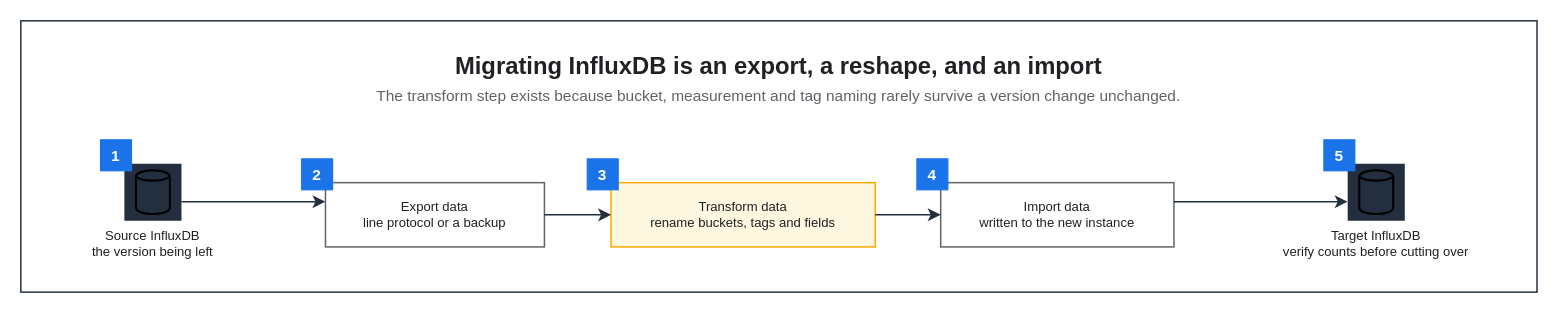
Before: assets/img/database/influxdb-migration-flow.drawio in KKamJi98/kkamji98.github.io, a draw.io diagram. Source tidied: cells renumbered, new cells numbered last; positions are measured from the earlier drawing's top-left corner, leaving out a move shared by most shapes. Both pictures are drawn from the tidied source at 119%, with x=0, y=0 at pixel (20, 20).
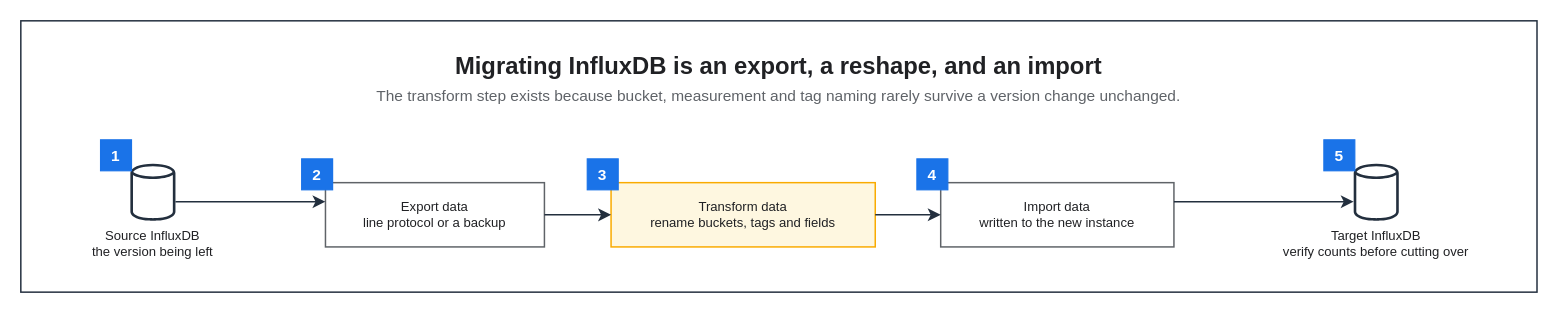
Above is the later version.

What changed in the source:
```diff
@@
 <mxGraphModel background="#FFFFFF">
   <root>
     <mxCell id="0" />
     <mxCell id="1" parent="0" />
     <mxCell id="2" style="rounded=0;html=0;fillColor=none;strokeColor=#232F3E;fontColor=#202124;strokeWidth=1.25;" parent="1" vertex="1">
       <mxGeometry width="1274.1" height="228" as="geometry" />
     </mxCell>
     <mxCell id="3" value="Migrating InfluxDB is an export, a reshape, and an import" style="text;html=0;whiteSpace=wrap;fillColor=none;strokeColor=none;fontColor=#202124;fontSize=20;fontStyle=1;align=center;verticalAlign=middle;" parent="1" vertex="1">
       <mxGeometry x="22" y="22" width="1230.1" height="30" as="geometry" />
     </mxCell>
     <mxCell id="4" value="The transform step exists because bucket, measurement and tag naming rarely survive a version change unchanged." style="text;html=0;whiteSpace=wrap;fillColor=none;strokeColor=none;fontColor=#5F6368;fontSize=13;fontStyle=0;align=center;verticalAlign=middle;" parent="1" vertex="1">
       <mxGeometry x="22" y="52" width="1230.1" height="22" as="geometry" />
     </mxCell>
-    <mxCell id="5" value="Source InfluxDB&#10;the version being left" style="sketch=0;outlineConnect=0;gradientColor=none;html=0;whiteSpace=nowrap;fontSize=11;fontStyle=0;fontColor=#202124;verticalLabelPosition=bottom;verticalAlign=top;align=center;labelBackgroundColor=none;fillColor=#232F3E;strokeColor=none;dashed=0;shape=mxgraph.aws4.resourceIcon;resIcon=mxgraph.aws4.generic_database;" parent="1" vertex="1">
+    <mxCell id="5" value="Source InfluxDB&#10;the version being left" style="sketch=0;outlineConnect=0;gradientColor=none;html=0;whiteSpace=nowrap;fontSize=11;fontStyle=0;fontColor=#202124;verticalLabelPosition=bottom;verticalAlign=top;align=center;labelBackgroundColor=none;fillColor=#232F3E;strokeColor=none;dashed=0;shape=mxgraph.aws4.generic_database;" parent="1" vertex="1">
       <mxGeometry x="87" y="120" width="48" height="48" as="geometry" />
     </mxCell>
     <mxCell id="6" value="Export data&#10;line protocol or a backup" style="rounded=0;whiteSpace=wrap;html=0;fillColor=#FFFFFF;strokeColor=#5F6368;fontColor=#202124;fontSize=11;fontStyle=0;align=center;verticalAlign=middle;spacingLeft=6;spacingRight=6;strokeWidth=1.25;" parent="1" vertex="1">
       <mxGeometry x="256" y="136" width="184" height="54" as="geometry" />
     </mxCell>
     <mxCell id="7" value="Transform data&#10;rename buckets, tags and fields" style="rounded=0;whiteSpace=wrap;html=0;fillColor=#FEF7E0;strokeColor=#F9AB00;fontColor=#202124;fontSize=11;fontStyle=0;align=center;verticalAlign=middle;spacingLeft=6;spacingRight=6;strokeWidth=1.25;" parent="1" vertex="1">
       <mxGeometry x="496" y="136" width="222" height="54" as="geometry" />
     </mxCell>
     <mxCell id="8" value="Import data&#10;written to the new instance" style="rounded=0;whiteSpace=wrap;html=0;fillColor=#FFFFFF;strokeColor=#5F6368;fontColor=#202124;fontSize=11;fontStyle=0;align=center;verticalAlign=middle;spacingLeft=6;spacingRight=6;strokeWidth=1.25;" parent="1" vertex="1">
       <mxGeometry x="773" y="136" width="196" height="54" as="geometry" />
     </mxCell>
-    <mxCell id="9" value="Target InfluxDB&#10;verify counts before cutting over" style="sketch=0;outlineConnect=0;gradientColor=none;html=0;whiteSpace=nowrap;fontSize=11;fontStyle=0;fontColor=#202124;verticalLabelPosition=bottom;verticalAlign=top;align=center;labelBackgroundColor=none;fillColor=#232F3E;strokeColor=none;dashed=0;shape=mxgraph.aws4.resourceIcon;resIcon=mxgraph.aws4.generic_database;" parent="1" vertex="1">
+    <mxCell id="9" value="Target InfluxDB&#10;verify counts before cutting over" style="sketch=0;outlineConnect=0;gradientColor=none;html=0;whiteSpace=nowrap;fontSize=11;fontStyle=0;fontColor=#202124;verticalLabelPosition=bottom;verticalAlign=top;align=center;labelBackgroundColor=none;fillColor=#232F3E;strokeColor=none;dashed=0;shape=mxgraph.aws4.generic_database;" parent="1" vertex="1">
       <mxGeometry x="1115" y="120" width="48" height="48" as="geometry" />
     </mxCell>
     <mxCell id="10" value="1" style="rounded=0;whiteSpace=wrap;html=0;fillColor=#1A73E8;strokeColor=#1A73E8;fontColor=#FFFFFF;fontSize=13;fontStyle=1;align=center;verticalAlign=middle;" parent="1" vertex="1">
       <mxGeometry x="67" y="100" width="26" height="26" as="geometry" />
     </mxCell>
     <mxCell id="11" value="2" style="rounded=0;whiteSpace=wrap;html=0;fillColor=#1A73E8;strokeColor=#1A73E8;fontColor=#FFFFFF;fontSize=13;fontStyle=1;align=center;verticalAlign=middle;" parent="1" vertex="1">
       <mxGeometry x="236" y="116" width="26" height="26" as="geometry" />
     </mxCell>
     <mxCell id="12" value="3" style="rounded=0;whiteSpace=wrap;html=0;fillColor=#1A73E8;strokeColor=#1A73E8;fontColor=#FFFFFF;fontSize=13;fontStyle=1;align=center;verticalAlign=middle;" parent="1" vertex="1">
       <mxGeometry x="476" y="116" width="26" height="26" as="geometry" />
     </mxCell>
     <mxCell id="13" value="4" style="rounded=0;whiteSpace=wrap;html=0;fillColor=#1A73E8;strokeColor=#1A73E8;fontColor=#FFFFFF;fontSize=13;fontStyle=1;align=center;verticalAlign=middle;" parent="1" vertex="1">
       <mxGeometry x="753" y="116" width="26" height="26" as="geometry" />
     </mxCell>
     <mxCell id="14" value="5" style="rounded=0;whiteSpace=wrap;html=0;fillColor=#1A73E8;strokeColor=#1A73E8;fontColor=#FFFFFF;fontSize=13;fontStyle=1;align=center;verticalAlign=middle;" parent="1" vertex="1">
       <mxGeometry x="1095" y="100" width="26" height="26" as="geometry" />
     </mxCell>
     <mxCell id="15" style="edgeStyle=orthogonalEdgeStyle;rounded=0;html=0;strokeColor=#232F3E;strokeWidth=1.25;endArrow=classic;endFill=1;endSize=7;fontSize=11;fontColor=#202124;labelBackgroundColor=none;jettySize=14;exitX=1;exitY=0.6667;entryX=0;entryY=0.2963;exitDx=0;exitDy=0;entryDx=0;entryDy=0;" parent="1" edge="1" source="5" target="6">
       <mxGeometry relative="1" as="geometry" />
     </mxCell>
     <mxCell id="16" style="edgeStyle=orthogonalEdgeStyle;rounded=0;html=0;strokeColor=#232F3E;strokeWidth=1.25;endArrow=classic;endFill=1;endSize=7;fontSize=11;fontColor=#202124;labelBackgroundColor=none;jettySize=14;exitX=1;exitY=0.5;entryX=0;entryY=0.5;exitDx=0;exitDy=0;entryDx=0;entryDy=0;" parent="1" edge="1" source="6" target="7">
       <mxGeometry relative="1" as="geometry" />
     </mxCell>
     <mxCell id="17" style="edgeStyle=orthogonalEdgeStyle;rounded=0;html=0;strokeColor=#232F3E;strokeWidth=1.25;endArrow=classic;endFill=1;endSize=7;fontSize=11;fontColor=#202124;labelBackgroundColor=none;jettySize=14;exitX=1;exitY=0.5;entryX=0;entryY=0.5;exitDx=0;exitDy=0;entryDx=0;entryDy=0;" parent="1" edge="1" source="7" target="8">
       <mxGeometry relative="1" as="geometry" />
     </mxCell>
     <mxCell id="18" style="edgeStyle=orthogonalEdgeStyle;rounded=0;html=0;strokeColor=#232F3E;strokeWidth=1.25;endArrow=classic;endFill=1;endSize=7;fontSize=11;fontColor=#202124;labelBackgroundColor=none;jettySize=14;exitX=1;exitY=0.2963;entryX=0;entryY=0.6667;exitDx=0;exitDy=0;entryDx=0;entryDy=0;" parent="1" edge="1" source="8" target="9">
       <mxGeometry relative="1" as="geometry" />
     </mxCell>
   </root>
 </mxGraphModel>
```
